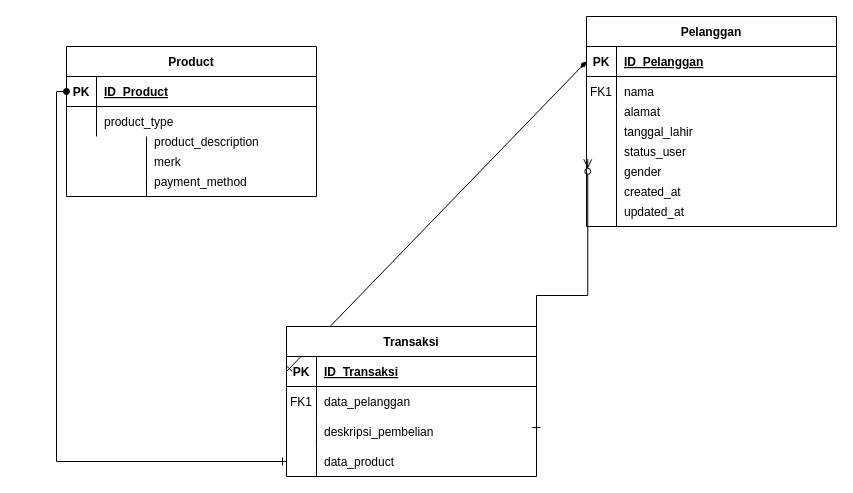
This is Tugas 2 (Implement Schema).drawio from ilyaslanang/data-engineer-alterra, a draw.io file, before an edit. Source tidied: cells renumbered, new cells numbered last; positions are measured from the earlier drawing's top-left corner, leaving out a move shared by most shapes. Both pictures are drawn from the tidied source at 100%, with x=0, y=0 at pixel (66, 16).
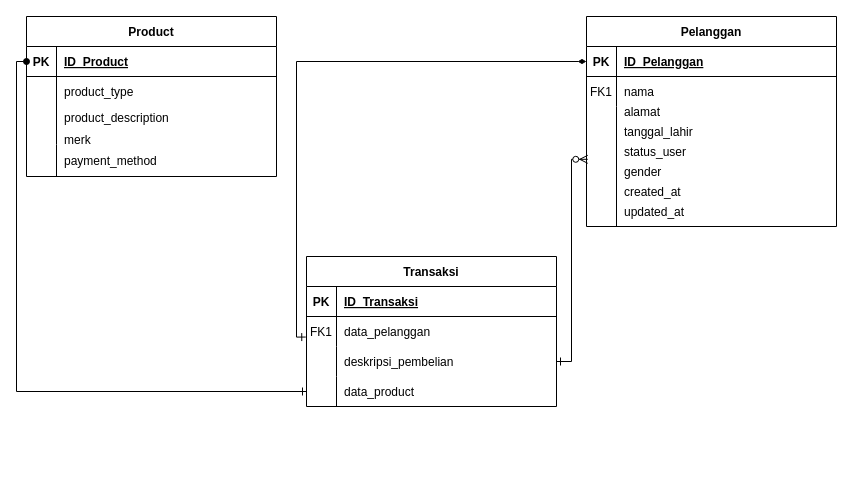
Above is the later version.

Unchanged cells that the change refers to:
```xml
<mxCell id="4" style="shape=partialRectangle;fillColor=none;points=[[0,0.5],[1,0.5]];portConstraint=eastwest;top=0;left=0;right=0;bottom=1;" parent="3" vertex="1">
  <mxGeometry y="30" width="250" height="30" as="geometry" />
</mxCell>
<mxCell id="7" style="shape=partialRectangle;fillColor=none;points=[[0,0.5],[1,0.5]];portConstraint=eastwest;top=0;left=0;right=0;bottom=0;" parent="3" vertex="1">
  <mxGeometry y="60" width="250" height="30" as="geometry" />
</mxCell>
<mxCell id="10" style="shape=partialRectangle;fillColor=none;points=[[0,0.5],[1,0.5]];portConstraint=eastwest;top=0;left=0;right=0;bottom=0;" parent="3" vertex="1">
  <mxGeometry y="90" width="250" height="30" as="geometry" />
</mxCell>
<mxCell id="32" style="shape=partialRectangle;fillColor=none;points=[[0,0.5],[1,0.5]];portConstraint=eastwest;top=0;left=0;right=0;bottom=1;" parent="31" vertex="1">
  <mxGeometry y="30" width="250" height="30" as="geometry" />
</mxCell>
<mxCell id="38" style="shape=partialRectangle;fillColor=none;points=[[0,0.5],[1,0.5]];portConstraint=eastwest;top=0;left=0;right=0;bottom=0;" parent="31" vertex="1">
  <mxGeometry y="90" width="250" height="120" as="geometry" />
</mxCell>
```

The edit, as a diff of the source:
```diff
@@
-    <mxCell id="2" style="endArrow=diamondThin;startArrow=ERone;endFill=1;startFill=0;rounded=0;exitX=0;exitY=0.5;exitDx=0;exitDy=0;entryX=0;entryY=0.5;entryDx=0;entryDy=0;" parent="1" edge="1" source="4" target="32">
-      <mxGeometry relative="1" as="geometry" />
-    </mxCell>
     <mxCell id="3" value="Transaksi" style="shape=table;startSize=30;childLayout=tableLayout;rowLines=0;fontStyle=1;align=center;" parent="1" vertex="1">
-      <mxGeometry x="220" y="310" width="250" height="150" as="geometry" />
+      <mxGeometry x="240" y="240" width="250" height="150" as="geometry" />
     </mxCell>
@@
-    <mxCell id="16" style="endArrow=ERzeroToMany;startArrow=ERone;endFill=1;startFill=0;rounded=0;exitX=1;exitY=0.5;exitDx=0;exitDy=0;edgeStyle=elbowEdgeStyle;entryX=0.005;entryY=0.44;entryDx=0;entryDy=0;entryPerimeter=0;elbow=vertical;" parent="1" edge="1" source="10" target="38">
+    <mxCell id="16" style="endArrow=ERzeroToMany;startArrow=ERone;endFill=1;startFill=0;rounded=0;exitX=1;exitY=0.5;exitDx=0;exitDy=0;entryX=0.005;entryY=0.44;entryDx=0;entryDy=0;entryPerimeter=0;elbow=vertical;edgeStyle=orthogonalEdgeStyle;" parent="1" edge="1" source="10" target="38">
       <mxGeometry relative="1" as="geometry" />
     </mxCell>
@@
     <mxCell id="18" style="group;" parent="1" vertex="1">
-      <mxGeometry x="50" y="30" width="250" height="150" as="geometry" />
+      <mxGeometry x="10" width="250" height="160" as="geometry" />
     </mxCell>
+    <mxCell id="47" style="group;" parent="18" vertex="1">
+      <mxGeometry x="-50" width="250" height="160" as="geometry" />
+    </mxCell>
+    <mxCell id="28" value="merk" style="shape=partialRectangle;overflow=hidden;fillColor=none;top=0;left=0;bottom=0;right=0;align=left;spacingLeft=6;" parent="47" vertex="1">
+      <mxGeometry x="30" y="106.7" width="220" height="32" as="geometry" />
+    </mxCell>
+    <mxCell id="27" value="product_description" style="shape=partialRectangle;overflow=hidden;fillColor=none;top=0;left=0;bottom=0;right=0;align=left;spacingLeft=6;" parent="47" vertex="1">
+      <mxGeometry x="30" y="85.3" width="220" height="32" as="geometry" />
+    </mxCell>
-    <mxCell id="19" value="Product" style="shape=table;startSize=30;childLayout=tableLayout;rowLines=0;fontStyle=1;align=center;" parent="18" vertex="1">
-      <mxGeometry x="-50" width="250" height="150" as="geometry" />
+    <mxCell id="19" value="Product" style="shape=table;startSize=30;childLayout=tableLayout;rowLines=0;fontStyle=1;align=center;" parent="47" vertex="1">
+      <mxGeometry width="250" height="160" as="geometry" />
     </mxCell>
@@
-    <mxCell id="26" style="endArrow=none;html=1;rounded=0;" parent="18" edge="1">
-      <mxGeometry relative="1" as="geometry">
-        <mxPoint x="30" y="150" as="sourcePoint" />
-        <mxPoint x="30" y="90" as="targetPoint" />
-        <Array as="points">
-          <mxPoint x="30" y="130" />
-        </Array>
-      </mxGeometry>
-    </mxCell>
-    <mxCell id="27" value="product_description" style="shape=partialRectangle;overflow=hidden;fillColor=none;top=0;left=0;bottom=0;right=0;align=left;spacingLeft=6;" parent="18" vertex="1">
-      <mxGeometry x="30" y="80" width="220" height="30" as="geometry" />
-    </mxCell>
-    <mxCell id="28" value="merk" style="shape=partialRectangle;overflow=hidden;fillColor=none;top=0;left=0;bottom=0;right=0;align=left;spacingLeft=6;" parent="18" vertex="1">
-      <mxGeometry x="30" y="100" width="220" height="30" as="geometry" />
-    </mxCell>
-    <mxCell id="29" value="payment_method" style="shape=partialRectangle;overflow=hidden;fillColor=none;top=0;left=0;bottom=0;right=0;align=left;spacingLeft=6;" parent="18" vertex="1">
-      <mxGeometry x="30" y="120" width="220" height="30" as="geometry" />
+    <mxCell id="29" value="payment_method" style="shape=partialRectangle;overflow=hidden;fillColor=none;top=0;left=0;bottom=0;right=0;align=left;spacingLeft=6;" parent="47" vertex="1">
+      <mxGeometry x="30" y="128" width="220" height="32" as="geometry" />
     </mxCell>
+    <mxCell id="2" style="endArrow=diamondThin;startArrow=ERone;endFill=1;startFill=0;rounded=0;entryX=0;entryY=0.5;entryDx=0;entryDy=0;edgeStyle=orthogonalEdgeStyle;exitX=-0.003;exitY=0.685;exitDx=0;exitDy=0;exitPerimeter=0;" parent="1" edge="1" source="7" target="32">
+      <mxGeometry relative="1" as="geometry" />
+    </mxCell>
@@
+    <mxCell id="26" style="endArrow=none;html=1;rounded=0;" parent="1" edge="1">
+      <mxGeometry relative="1" as="geometry">
+        <mxPoint x="-10" y="160" as="sourcePoint" />
+        <mxPoint x="-10" y="85.3" as="targetPoint" />
+        <Array as="points">
+          <mxPoint x="-10" y="128" />
+        </Array>
+      </mxGeometry>
+    </mxCell>
```
